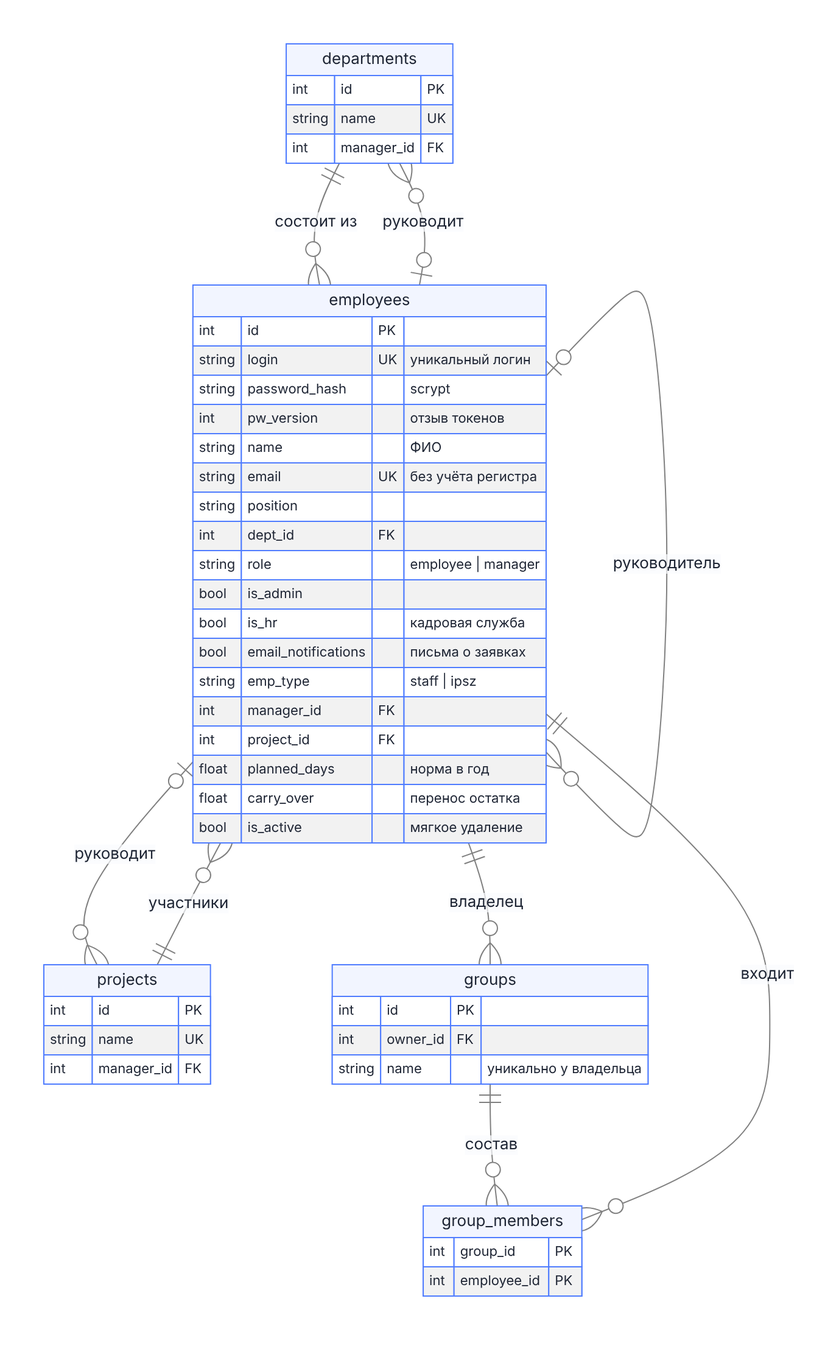
Earlier version of the Mermaid export docs/images/er-org.png (ayurasov/vacation-planner). Its source is kept beside it as docs/diagrams/er-org.mmd.
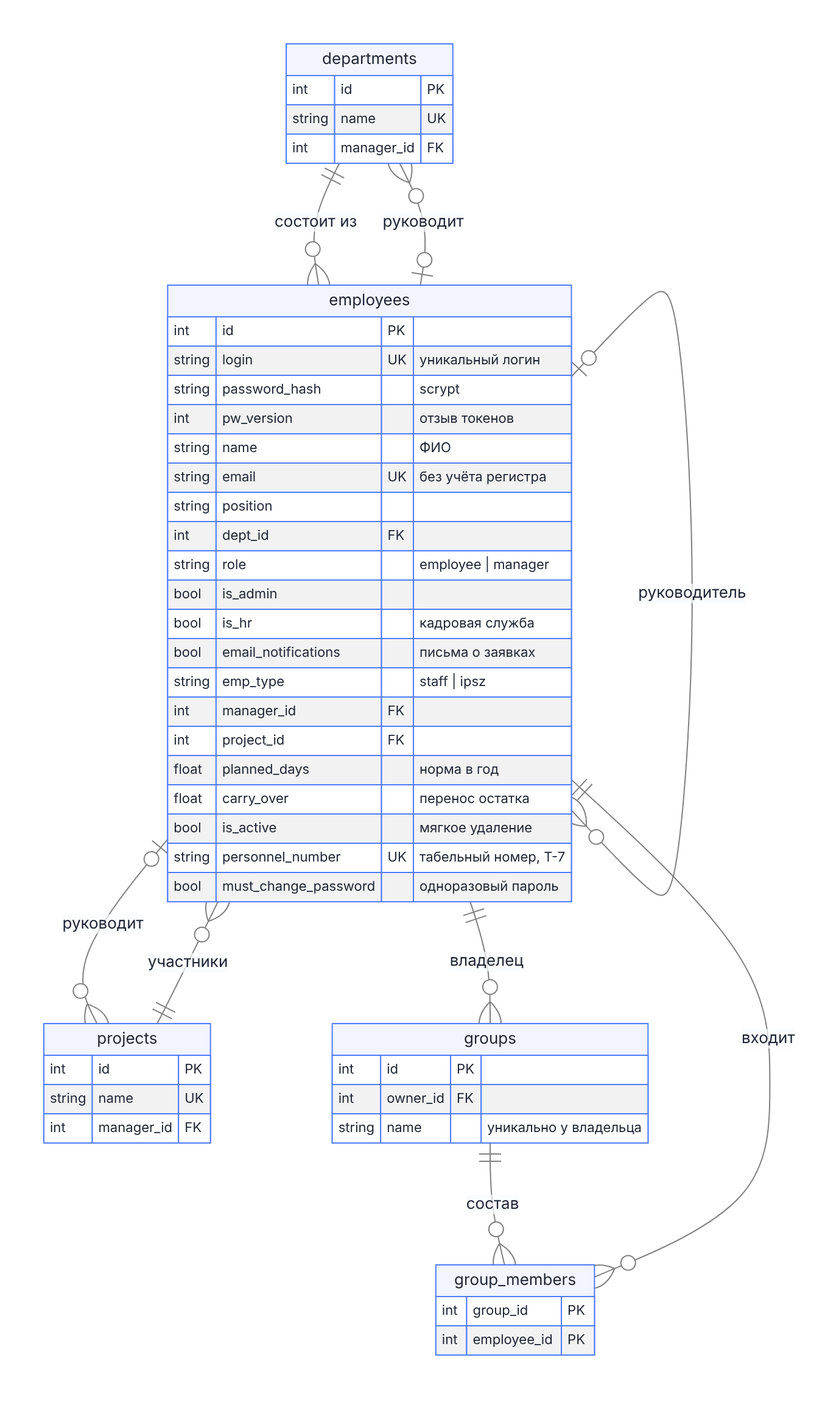
Later version of the same file.

Diff of the diagram source:
```diff
@@ -26,6 +26,8 @@
     float planned_days "норма в год"
     float carry_over "перенос остатка"
     bool is_active "мягкое удаление"
+    string personnel_number UK "табельный номер, Т-7"
+    bool must_change_password "одноразовый пароль"
   }
   departments {
     int id PK
```
